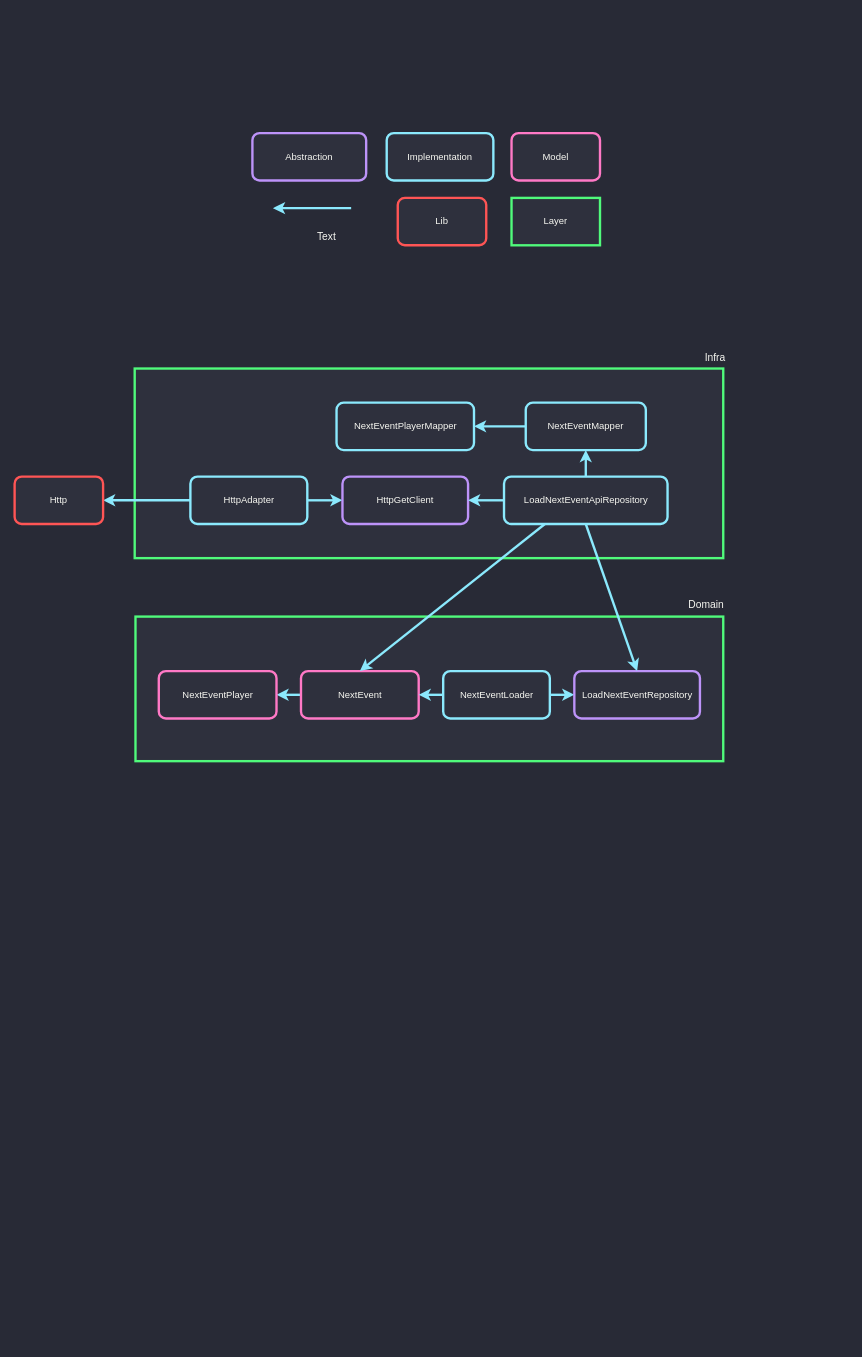
Above: docs/dependencies.drawio in rmanguinho/advanced-flutter (draw.io), before the change. Source tidied: cells renumbered, new cells numbered last; positions are measured from the earlier drawing's top-left corner, leaving out a move shared by most shapes. Both pictures are drawn from the tidied source at 79%, with x=0, y=0 at pixel (14, 133).
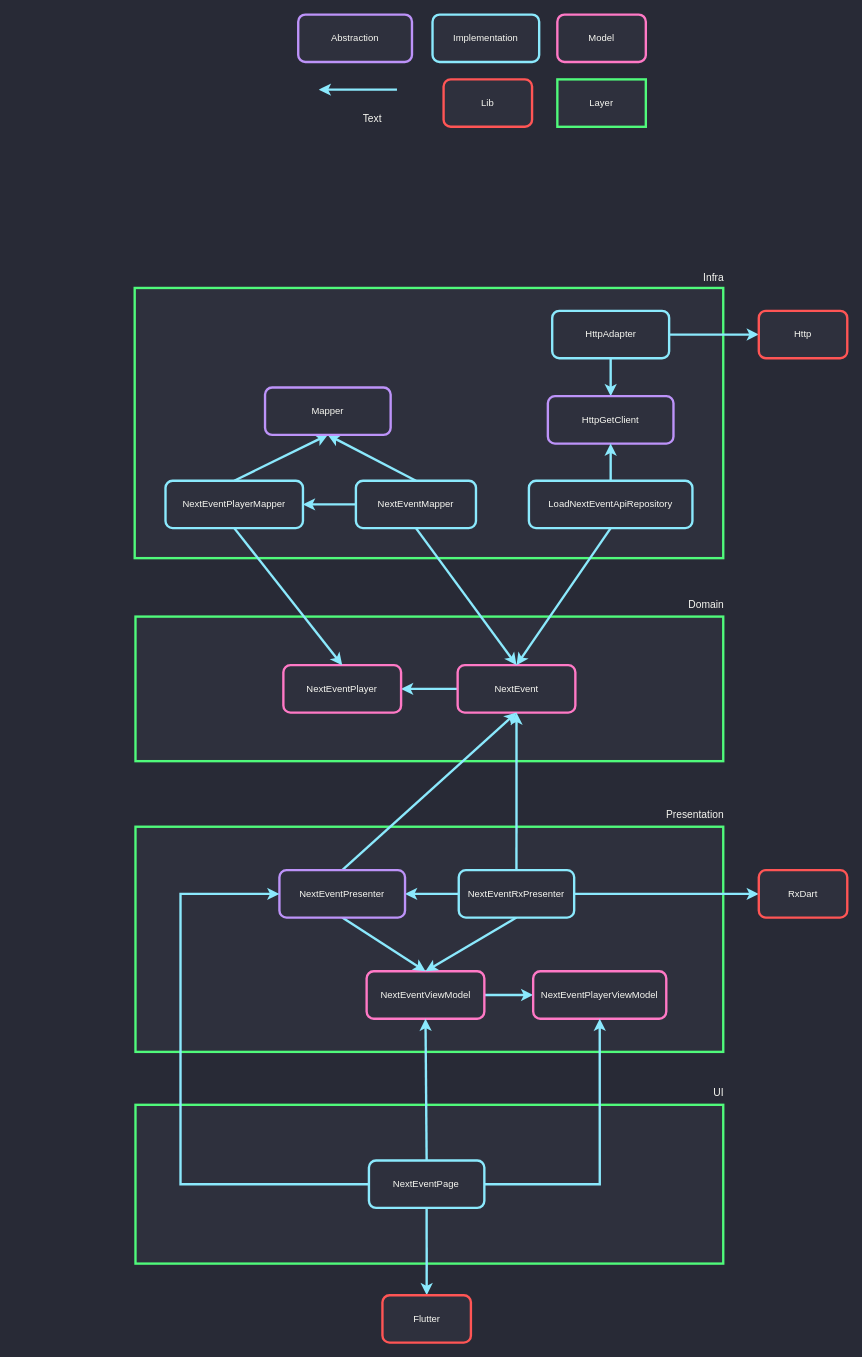
The same page after the edit.

Commit message:
update dependency diagram

What changed in the source:
```diff
@@
     <mxCell id="2" value="Abstraction" style="rounded=1;whiteSpace=wrap;html=1;strokeColor=#BD93F9;fillColor=#2E303D;strokeWidth=3;fontColor=#F8F8F2;" parent="1" vertex="1">
-      <mxGeometry x="301" width="144" height="60" as="geometry" />
+      <mxGeometry x="359" y="-150" width="144" height="60" as="geometry" />
     </mxCell>
     <mxCell id="3" value="Model" style="rounded=1;whiteSpace=wrap;html=1;strokeColor=#FF79C6;fillColor=#2E303D;strokeWidth=3;fontColor=#F8F8F2;" parent="1" vertex="1">
-      <mxGeometry x="629" width="112" height="60" as="geometry" />
+      <mxGeometry x="687" y="-150" width="112" height="60" as="geometry" />
     </mxCell>
     <mxCell id="4" value="Text" style="text;html=1;align=right;verticalAlign=middle;spacingTop=0;fontColor=#F8F8F2;fontSize=13;spacing=0;" parent="1" vertex="1">
-      <mxGeometry x="368" y="120" width="38" height="22" as="geometry" />
+      <mxGeometry x="426" y="-30" width="38" height="22" as="geometry" />
     </mxCell>
@@
     <mxCell id="7" style="edgeStyle=orthogonalEdgeStyle;rounded=0;orthogonalLoop=1;jettySize=auto;html=1;strokeColor=#8BE9FD;strokeWidth=3;" parent="1" edge="1">
       <mxGeometry relative="1" as="geometry">
-        <mxPoint x="426" y="95" as="sourcePoint" />
-        <mxPoint x="327" y="95" as="targetPoint" />
+        <mxPoint x="484" y="-55" as="sourcePoint" />
+        <mxPoint x="385" y="-55" as="targetPoint" />
       </mxGeometry>
     </mxCell>
     <mxCell id="8" value="Implementation" style="rounded=1;whiteSpace=wrap;html=1;strokeColor=#8BE9FD;fillColor=#2E303D;strokeWidth=3;fontColor=#F8F8F2;" parent="1" vertex="1">
-      <mxGeometry x="471" width="135" height="60" as="geometry" />
+      <mxGeometry x="529" y="-150" width="135" height="60" as="geometry" />
     </mxCell>
     <mxCell id="9" value="Layer" style="rounded=0;whiteSpace=wrap;html=1;strokeColor=#50FA7B;fillColor=#2E303D;strokeWidth=3;fontColor=#F8F8F2;" parent="1" vertex="1">
-      <mxGeometry x="629" y="82" width="112" height="60" as="geometry" />
+      <mxGeometry x="687" y="-68" width="112" height="60" as="geometry" />
     </mxCell>
     <mxCell id="10" value="Lib" style="rounded=1;whiteSpace=wrap;html=1;strokeColor=#FF5555;fillColor=#2E303D;strokeWidth=3;fontColor=#F8F8F2;" parent="1" vertex="1">
-      <mxGeometry x="485" y="82" width="112" height="60" as="geometry" />
+      <mxGeometry x="543" y="-68" width="112" height="60" as="geometry" />
     </mxCell>
@@
     <mxCell id="14" value="NextEvent" style="rounded=1;whiteSpace=wrap;html=1;strokeColor=#FF79C6;fillColor=#2E303D;strokeWidth=3;fontColor=#F8F8F2;" parent="1" vertex="1">
-      <mxGeometry x="362.5" y="681" width="149" height="60" as="geometry" />
+      <mxGeometry x="560.8" y="673.5" width="149" height="60" as="geometry" />
     </mxCell>
-    <mxCell id="15" style="edgeStyle=none;html=1;exitX=1;exitY=0.5;exitDx=0;exitDy=0;entryX=0;entryY=0.5;entryDx=0;entryDy=0;rounded=0;strokeColor=#8BE9FD;strokeWidth=3;" parent="1" edge="1" source="17" target="23">
-      <mxGeometry relative="1" as="geometry" />
-    </mxCell>
-    <mxCell id="16" style="edgeStyle=none;html=1;exitX=0;exitY=0.5;exitDx=0;exitDy=0;entryX=1;entryY=0.5;entryDx=0;entryDy=0;rounded=0;strokeColor=#8BE9FD;strokeWidth=3;" parent="1" edge="1" source="17" target="14">
-      <mxGeometry relative="1" as="geometry" />
-    </mxCell>
-    <mxCell id="17" value="NextEventLoader" style="rounded=1;whiteSpace=wrap;html=1;strokeColor=#8BE9FD;fillColor=#2E303D;strokeWidth=3;fontColor=#F8F8F2;" parent="1" vertex="1">
-      <mxGeometry x="542.5" y="681" width="135" height="60" as="geometry" />
-    </mxCell>
     <mxCell id="18" style="rounded=0;whiteSpace=wrap;html=1;strokeColor=#50FA7B;fillColor=#2E303D;strokeWidth=3;fontColor=#F8F8F2;" parent="1" vertex="1">
-      <mxGeometry x="152" y="298" width="745" height="240" as="geometry" />
+      <mxGeometry x="152" y="196" width="745" height="342" as="geometry" />
     </mxCell>
     <mxCell id="19" value="Infra" style="text;html=1;align=right;verticalAlign=middle;spacingTop=0;fontColor=#F8F8F2;fontSize=13;spacing=0;" parent="1" vertex="1">
-      <mxGeometry x="859" y="273" width="40" height="22" as="geometry" />
+      <mxGeometry x="857" y="172" width="40" height="22" as="geometry" />
     </mxCell>
-    <mxCell id="20" style="edgeStyle=none;html=1;exitX=1;exitY=0.5;exitDx=0;exitDy=0;entryX=0;entryY=0.5;entryDx=0;entryDy=0;rounded=0;strokeColor=#8BE9FD;strokeWidth=3;" parent="1" edge="1" source="22" target="25">
+    <mxCell id="20" style="edgeStyle=none;html=1;exitX=0.5;exitY=1;exitDx=0;exitDy=0;entryX=0.5;entryY=0;entryDx=0;entryDy=0;rounded=0;strokeColor=#8BE9FD;strokeWidth=3;" parent="1" edge="1" source="22" target="25">
       <mxGeometry relative="1" as="geometry" />
     </mxCell>
-    <mxCell id="21" style="edgeStyle=none;html=1;exitX=0;exitY=0.5;exitDx=0;exitDy=0;entryX=1;entryY=0.5;entryDx=0;entryDy=0;rounded=0;strokeColor=#8BE9FD;strokeWidth=3;" parent="1" edge="1" source="22" target="31">
+    <mxCell id="21" style="edgeStyle=none;html=1;exitX=1;exitY=0.5;exitDx=0;exitDy=0;entryX=0;entryY=0.5;entryDx=0;entryDy=0;rounded=0;strokeColor=#8BE9FD;strokeWidth=3;" parent="1" edge="1" source="22" target="31">
       <mxGeometry relative="1" as="geometry" />
     </mxCell>
     <mxCell id="22" value="HttpAdapter" style="rounded=1;whiteSpace=wrap;html=1;strokeColor=#8BE9FD;fillColor=#2E303D;strokeWidth=3;fontColor=#F8F8F2;" parent="1" vertex="1">
-      <mxGeometry x="222.5" y="434.8" width="148" height="60" as="geometry" />
+      <mxGeometry x="680.5" y="225" width="148" height="60" as="geometry" />
     </mxCell>
-    <mxCell id="23" value="LoadNextEventRepository" style="rounded=1;whiteSpace=wrap;html=1;strokeColor=#BD93F9;fillColor=#2E303D;strokeWidth=3;fontColor=#F8F8F2;" parent="1" vertex="1">
-      <mxGeometry x="708.5" y="681" width="159" height="60" as="geometry" />
-    </mxCell>
     <mxCell id="24" value="NextEventPlayer" style="rounded=1;whiteSpace=wrap;html=1;strokeColor=#FF79C6;fillColor=#2E303D;strokeWidth=3;fontColor=#F8F8F2;" parent="1" vertex="1">
-      <mxGeometry x="182.5" y="681" width="149" height="60" as="geometry" />
+      <mxGeometry x="340.2" y="673.5" width="149" height="60" as="geometry" />
     </mxCell>
     <mxCell id="25" value="HttpGetClient" style="rounded=1;whiteSpace=wrap;html=1;strokeColor=#BD93F9;fillColor=#2E303D;strokeWidth=3;fontColor=#F8F8F2;" parent="1" vertex="1">
-      <mxGeometry x="415" y="434.8" width="159" height="60" as="geometry" />
+      <mxGeometry x="675" y="333" width="159" height="60" as="geometry" />
     </mxCell>
-    <mxCell id="26" style="edgeStyle=none;html=1;exitX=0.5;exitY=1;exitDx=0;exitDy=0;entryX=0.5;entryY=0;entryDx=0;entryDy=0;rounded=0;strokeColor=#8BE9FD;strokeWidth=3;" parent="1" edge="1" source="30" target="23">
-      <mxGeometry relative="1" as="geometry" />
-    </mxCell>
-    <mxCell id="27" style="edgeStyle=none;html=1;exitX=0.25;exitY=1;exitDx=0;exitDy=0;entryX=0.5;entryY=0;entryDx=0;entryDy=0;rounded=0;strokeColor=#8BE9FD;strokeWidth=3;" parent="1" edge="1" source="30" target="14">
+    <mxCell id="27" style="edgeStyle=none;html=1;exitX=0.5;exitY=1;exitDx=0;exitDy=0;entryX=0.5;entryY=0;entryDx=0;entryDy=0;rounded=0;strokeColor=#8BE9FD;strokeWidth=3;" parent="1" edge="1" source="30" target="14">
       <mxGeometry relative="1" as="geometry" />
     </mxCell>
-    <mxCell id="28" style="edgeStyle=none;html=1;exitX=0;exitY=0.5;exitDx=0;exitDy=0;entryX=1;entryY=0.5;entryDx=0;entryDy=0;rounded=0;strokeColor=#8BE9FD;strokeWidth=3;" parent="1" edge="1" source="30" target="25">
+    <mxCell id="28" style="edgeStyle=none;html=1;exitX=0.5;exitY=0;exitDx=0;exitDy=0;entryX=0.5;entryY=1;entryDx=0;entryDy=0;rounded=0;strokeColor=#8BE9FD;strokeWidth=3;" parent="1" edge="1" source="30" target="25">
       <mxGeometry relative="1" as="geometry" />
     </mxCell>
-    <mxCell id="29" style="edgeStyle=none;html=1;exitX=0.5;exitY=0;exitDx=0;exitDy=0;entryX=0.5;entryY=1;entryDx=0;entryDy=0;rounded=0;strokeColor=#8BE9FD;strokeWidth=3;" parent="1" edge="1" source="30" target="33">
-      <mxGeometry relative="1" as="geometry" />
-    </mxCell>
     <mxCell id="30" value="LoadNextEventApiRepository" style="rounded=1;whiteSpace=wrap;html=1;strokeColor=#8BE9FD;fillColor=#2E303D;strokeWidth=3;fontColor=#F8F8F2;" parent="1" vertex="1">
-      <mxGeometry x="619.5" y="434.8" width="207" height="60" as="geometry" />
+      <mxGeometry x="651" y="440" width="207" height="60" as="geometry" />
     </mxCell>
     <mxCell id="31" value="Http" style="rounded=1;whiteSpace=wrap;html=1;strokeColor=#FF5555;fillColor=#2E303D;strokeWidth=3;fontColor=#F8F8F2;" parent="1" vertex="1">
-      <mxGeometry y="434.8" width="112" height="60" as="geometry" />
+      <mxGeometry x="942" y="225" width="112" height="60" as="geometry" />
     </mxCell>
@@
+    <mxCell id="35" style="edgeStyle=none;html=1;exitX=0.5;exitY=0;exitDx=0;exitDy=0;entryX=0.5;entryY=1;entryDx=0;entryDy=0;rounded=0;strokeColor=#8BE9FD;strokeWidth=3;" parent="1" edge="1" source="33" target="51">
+      <mxGeometry relative="1" as="geometry" />
+    </mxCell>
+    <mxCell id="36" style="edgeStyle=none;html=1;exitX=0.5;exitY=1;exitDx=0;exitDy=0;entryX=0.5;entryY=0;entryDx=0;entryDy=0;rounded=0;strokeColor=#8BE9FD;strokeWidth=3;" parent="1" edge="1" source="33" target="14">
+      <mxGeometry relative="1" as="geometry" />
+    </mxCell>
     <mxCell id="33" value="NextEventMapper" style="rounded=1;whiteSpace=wrap;html=1;strokeColor=#8BE9FD;fillColor=#2E303D;strokeWidth=3;fontColor=#F8F8F2;" parent="1" vertex="1">
-      <mxGeometry x="647" y="341.2" width="152" height="60" as="geometry" />
+      <mxGeometry x="432" y="440" width="152" height="60" as="geometry" />
     </mxCell>
+    <mxCell id="37" style="edgeStyle=none;html=1;exitX=0.5;exitY=0;exitDx=0;exitDy=0;entryX=0.5;entryY=1;entryDx=0;entryDy=0;rounded=0;strokeColor=#8BE9FD;strokeWidth=3;" parent="1" edge="1" source="34" target="51">
+      <mxGeometry relative="1" as="geometry" />
+    </mxCell>
+    <mxCell id="38" style="edgeStyle=none;html=1;exitX=0.5;exitY=1;exitDx=0;exitDy=0;entryX=0.5;entryY=0;entryDx=0;entryDy=0;rounded=0;strokeColor=#8BE9FD;strokeWidth=3;" parent="1" edge="1" source="34" target="24">
+      <mxGeometry relative="1" as="geometry" />
+    </mxCell>
     <mxCell id="34" value="NextEventPlayerMapper" style="rounded=1;whiteSpace=wrap;html=1;strokeColor=#8BE9FD;fillColor=#2E303D;strokeWidth=3;fontColor=#F8F8F2;" parent="1" vertex="1">
-      <mxGeometry x="407.5" y="341.2" width="174" height="60" as="geometry" />
+      <mxGeometry x="191" y="440" width="174" height="60" as="geometry" />
     </mxCell>
+    <mxCell id="39" style="rounded=0;whiteSpace=wrap;html=1;strokeColor=#50FA7B;fillColor=#2E303D;strokeWidth=3;fontColor=#F8F8F2;" parent="1" vertex="1">
+      <mxGeometry x="153" y="878" width="744" height="285" as="geometry" />
+    </mxCell>
+    <mxCell id="40" value="Presentation" style="text;html=1;align=right;verticalAlign=middle;spacingTop=0;fontColor=#F8F8F2;fontSize=13;spacing=0;" parent="1" vertex="1">
+      <mxGeometry x="810" y="851" width="87" height="22" as="geometry" />
+    </mxCell>
+    <mxCell id="41" style="edgeStyle=none;html=1;exitX=1;exitY=0.5;exitDx=0;exitDy=0;entryX=0;entryY=0.5;entryDx=0;entryDy=0;rounded=0;strokeColor=#8BE9FD;strokeWidth=3;" parent="1" edge="1" source="42" target="50">
+      <mxGeometry relative="1" as="geometry" />
+    </mxCell>
+    <mxCell id="42" value="NextEventViewModel" style="rounded=1;whiteSpace=wrap;html=1;strokeColor=#FF79C6;fillColor=#2E303D;strokeWidth=3;fontColor=#F8F8F2;" parent="1" vertex="1">
+      <mxGeometry x="445.6" y="1061" width="149" height="60" as="geometry" />
+    </mxCell>
+    <mxCell id="43" style="edgeStyle=none;html=1;exitX=0.5;exitY=1;exitDx=0;exitDy=0;entryX=0.5;entryY=0;entryDx=0;entryDy=0;rounded=0;strokeColor=#8BE9FD;strokeWidth=3;" parent="1" edge="1" source="47" target="42">
+      <mxGeometry relative="1" as="geometry" />
+    </mxCell>
+    <mxCell id="44" style="edgeStyle=none;html=1;exitX=0.5;exitY=0;exitDx=0;exitDy=0;entryX=0.5;entryY=1;entryDx=0;entryDy=0;rounded=0;strokeColor=#8BE9FD;strokeWidth=3;" parent="1" edge="1" source="47" target="14">
+      <mxGeometry relative="1" as="geometry" />
+    </mxCell>
+    <mxCell id="45" style="edgeStyle=none;html=1;exitX=0;exitY=0.5;exitDx=0;exitDy=0;entryX=1;entryY=0.5;entryDx=0;entryDy=0;rounded=0;strokeColor=#8BE9FD;strokeWidth=3;" parent="1" edge="1" source="47" target="53">
+      <mxGeometry relative="1" as="geometry" />
+    </mxCell>
+    <mxCell id="46" style="edgeStyle=none;html=1;exitX=1;exitY=0.5;exitDx=0;exitDy=0;entryX=0;entryY=0.5;entryDx=0;entryDy=0;rounded=0;strokeColor=#8BE9FD;strokeWidth=3;" parent="1" edge="1" source="47" target="52">
+      <mxGeometry relative="1" as="geometry" />
+    </mxCell>
+    <mxCell id="47" value="NextEventRxPresenter" style="rounded=1;whiteSpace=wrap;html=1;strokeColor=#8BE9FD;fillColor=#2E303D;strokeWidth=3;fontColor=#F8F8F2;" parent="1" vertex="1">
+      <mxGeometry x="562.2" y="933" width="146.1" height="60" as="geometry" />
+    </mxCell>
+    <mxCell id="48" style="edgeStyle=none;html=1;exitX=0.5;exitY=1;exitDx=0;exitDy=0;entryX=0.5;entryY=0;entryDx=0;entryDy=0;rounded=0;strokeColor=#8BE9FD;strokeWidth=3;" parent="1" edge="1" source="53" target="42">
+      <mxGeometry relative="1" as="geometry" />
+    </mxCell>
+    <mxCell id="49" style="edgeStyle=none;html=1;exitX=0.5;exitY=0;exitDx=0;exitDy=0;entryX=0.5;entryY=1;entryDx=0;entryDy=0;rounded=0;strokeColor=#8BE9FD;strokeWidth=3;" parent="1" edge="1" source="53" target="14">
+      <mxGeometry relative="1" as="geometry" />
+    </mxCell>
+    <mxCell id="50" value="NextEventPlayerViewModel" style="rounded=1;whiteSpace=wrap;html=1;strokeColor=#FF79C6;fillColor=#2E303D;strokeWidth=3;fontColor=#F8F8F2;" parent="1" vertex="1">
+      <mxGeometry x="656.4" y="1061" width="168.5" height="60" as="geometry" />
+    </mxCell>
+    <mxCell id="51" value="Mapper" style="rounded=1;whiteSpace=wrap;html=1;strokeColor=#BD93F9;fillColor=#2E303D;strokeWidth=3;fontColor=#F8F8F2;" parent="1" vertex="1">
+      <mxGeometry x="317" y="322" width="159" height="60" as="geometry" />
+    </mxCell>
+    <mxCell id="52" value="RxDart" style="rounded=1;whiteSpace=wrap;html=1;strokeColor=#FF5555;fillColor=#2E303D;strokeWidth=3;fontColor=#F8F8F2;" parent="1" vertex="1">
+      <mxGeometry x="942" y="933" width="112" height="60" as="geometry" />
+    </mxCell>
+    <mxCell id="53" value="NextEventPresenter" style="rounded=1;whiteSpace=wrap;html=1;strokeColor=#BD93F9;fillColor=#2E303D;strokeWidth=3;fontColor=#F8F8F2;" parent="1" vertex="1">
+      <mxGeometry x="335.2" y="933" width="159" height="60" as="geometry" />
+    </mxCell>
+    <mxCell id="54" style="rounded=0;whiteSpace=wrap;html=1;strokeColor=#50FA7B;fillColor=#2E303D;strokeWidth=3;fontColor=#F8F8F2;" parent="1" vertex="1">
+      <mxGeometry x="153" y="1230" width="744" height="201" as="geometry" />
+    </mxCell>
+    <mxCell id="55" value="UI" style="text;html=1;align=right;verticalAlign=middle;spacingTop=0;fontColor=#F8F8F2;fontSize=13;spacing=0;" parent="1" vertex="1">
+      <mxGeometry x="870" y="1203" width="27" height="22" as="geometry" />
+    </mxCell>
+    <mxCell id="56" style="edgeStyle=none;html=1;exitX=0.5;exitY=0;exitDx=0;exitDy=0;entryX=0.5;entryY=1;entryDx=0;entryDy=0;rounded=0;strokeColor=#8BE9FD;strokeWidth=3;" parent="1" edge="1" source="60" target="42">
+      <mxGeometry relative="1" as="geometry" />
+    </mxCell>
+    <mxCell id="57" style="edgeStyle=orthogonalEdgeStyle;html=1;exitX=1;exitY=0.5;exitDx=0;exitDy=0;entryX=0.5;entryY=1;entryDx=0;entryDy=0;rounded=0;strokeColor=#8BE9FD;strokeWidth=3;" parent="1" edge="1" source="60" target="50">
+      <mxGeometry relative="1" as="geometry" />
+    </mxCell>
+    <mxCell id="58" style="edgeStyle=orthogonalEdgeStyle;html=1;exitX=0;exitY=0.5;exitDx=0;exitDy=0;entryX=0;entryY=0.5;entryDx=0;entryDy=0;rounded=0;strokeColor=#8BE9FD;strokeWidth=3;" parent="1" edge="1" source="60" target="53">
+      <mxGeometry relative="1" as="geometry">
+        <Array as="points">
+          <mxPoint x="210" y="1331" />
+          <mxPoint x="210" y="963" />
+        </Array>
+      </mxGeometry>
+    </mxCell>
+    <mxCell id="59" style="edgeStyle=orthogonalEdgeStyle;html=1;exitX=0.5;exitY=1;exitDx=0;exitDy=0;entryX=0.5;entryY=0;entryDx=0;entryDy=0;rounded=0;strokeColor=#8BE9FD;strokeWidth=3;" parent="1" edge="1" source="60" target="61">
+      <mxGeometry relative="1" as="geometry" />
+    </mxCell>
+    <mxCell id="60" value="NextEventPage" style="rounded=1;whiteSpace=wrap;html=1;strokeColor=#8BE9FD;fillColor=#2E303D;strokeWidth=3;fontColor=#F8F8F2;" parent="1" vertex="1">
+      <mxGeometry x="448.5" y="1300.5" width="146.1" height="60" as="geometry" />
+    </mxCell>
+    <mxCell id="61" value="Flutter" style="rounded=1;whiteSpace=wrap;html=1;strokeColor=#FF5555;fillColor=#2E303D;strokeWidth=3;fontColor=#F8F8F2;" parent="1" vertex="1">
+      <mxGeometry x="465.6" y="1471" width="112" height="60" as="geometry" />
+    </mxCell>
```
